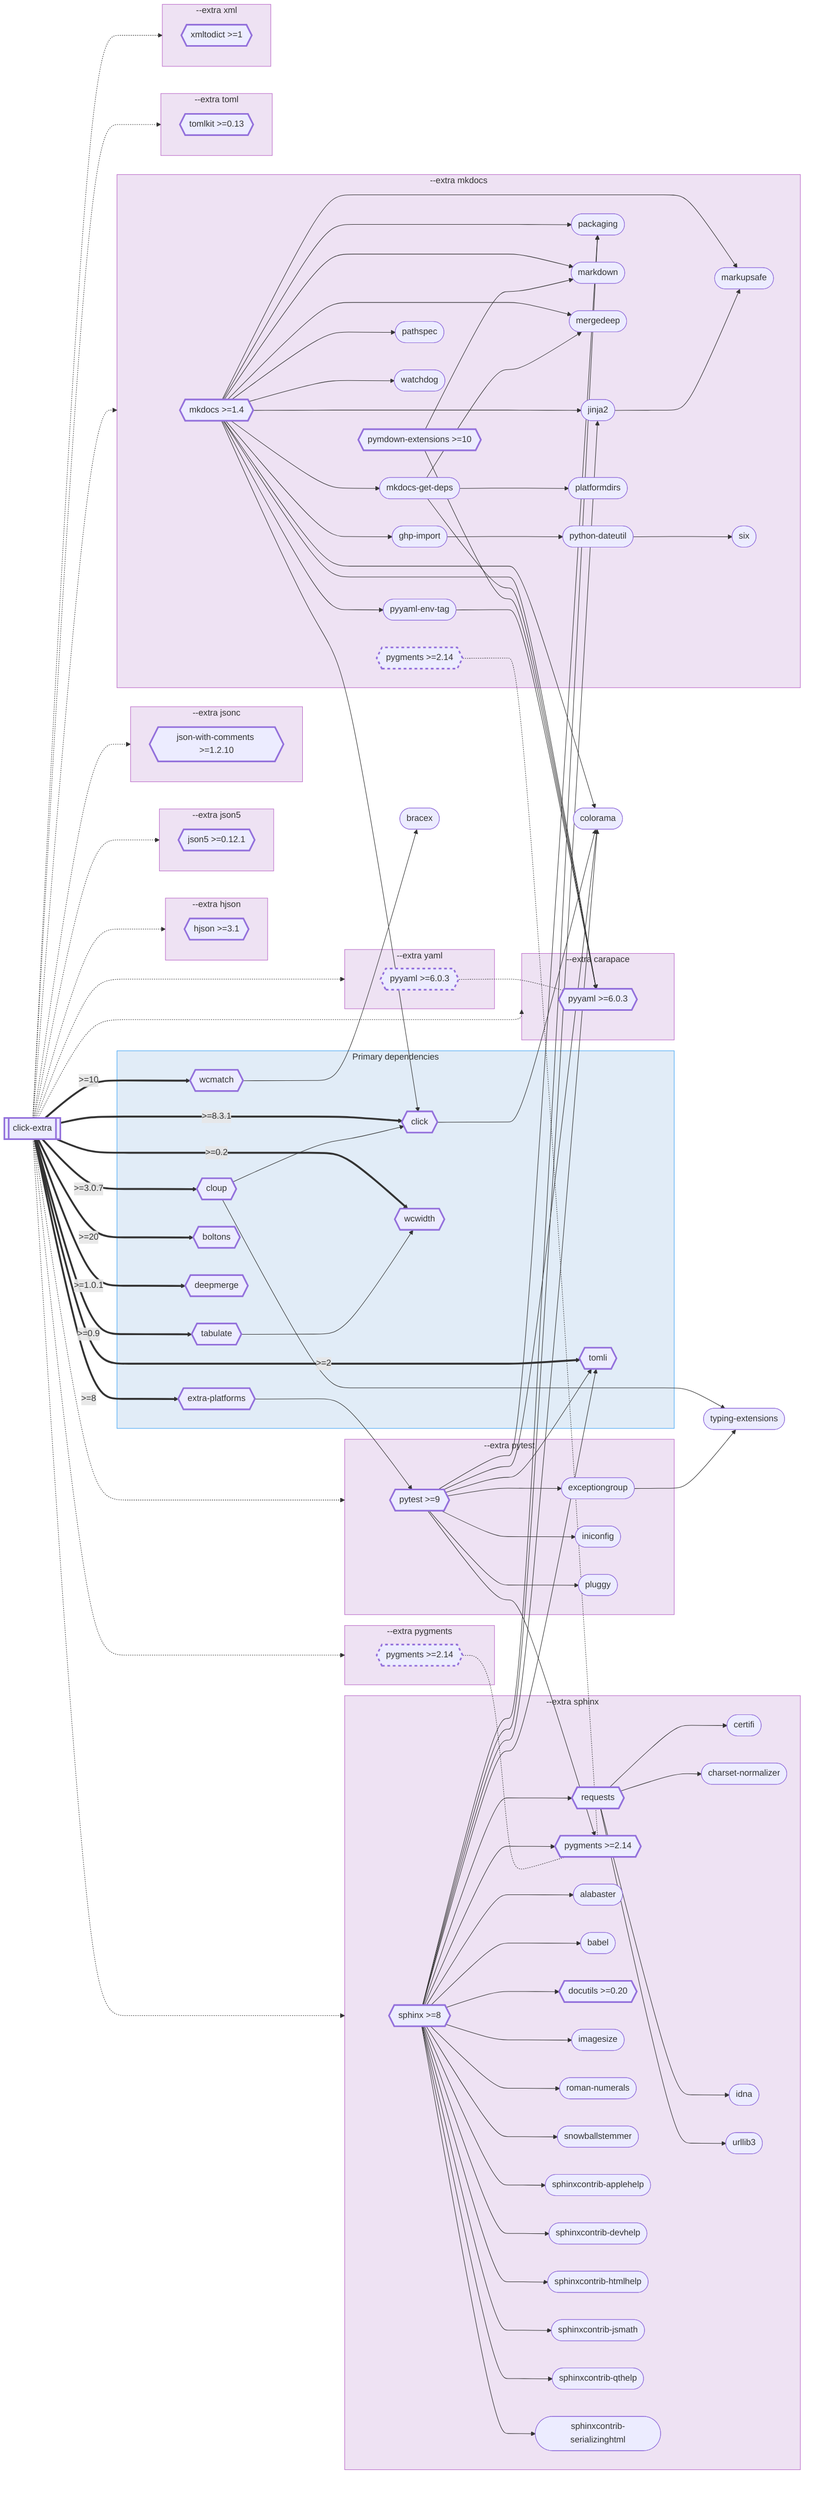
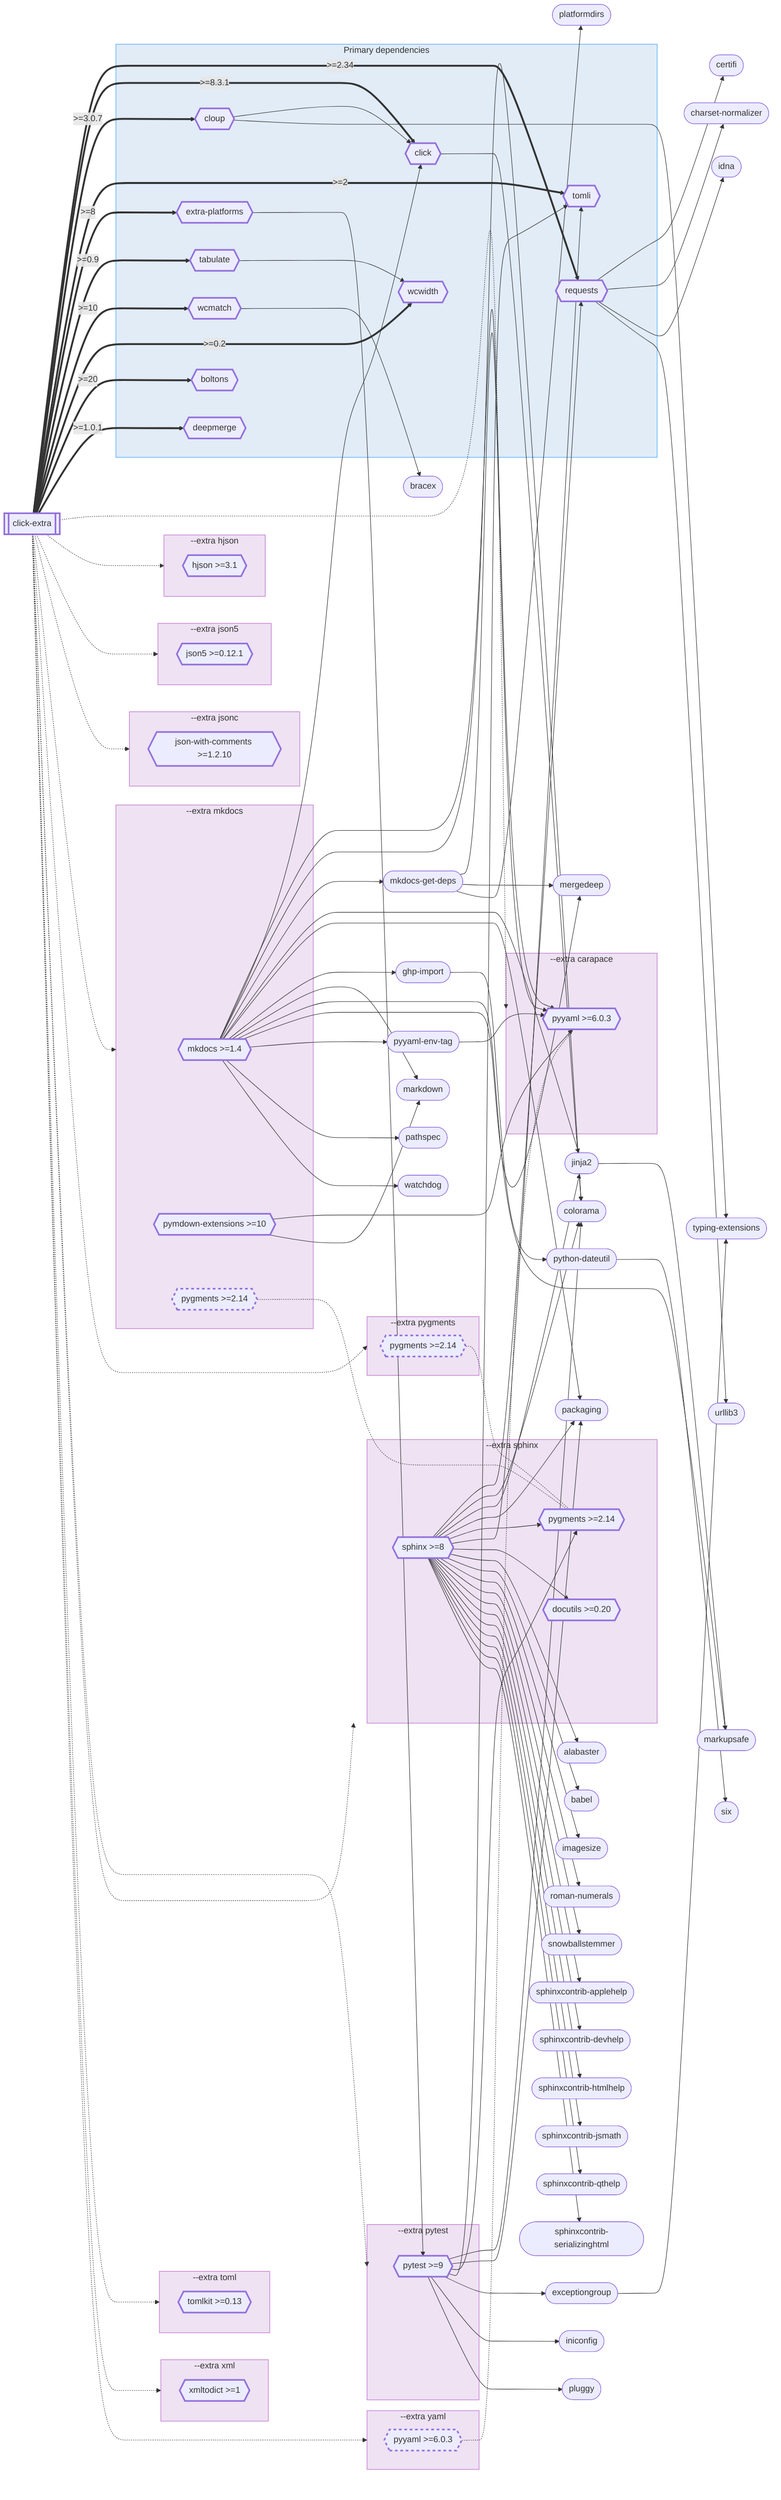
flowchart LR
    click_extra[["`click-extra`"]]

    subgraph primary-deps [Primary dependencies]
        extra_platforms{{"`extra-platforms`"}}
+         requests{{"`requests`"}}
        cloup{{"`cloup`"}}
        click_0{{"`click`"}}
        tabulate{{"`tabulate`"}}
        wcmatch{{"`wcmatch`"}}
        tomli{{"`tomli`"}}
        wcwidth{{"`wcwidth`"}}
        boltons{{"`boltons`"}}
        deepmerge{{"`deepmerge`"}}
    end

    colorama(["`colorama`"])
+     mkdocs_get_deps(["`mkdocs-get-deps`"])
+     jinja2(["`jinja2`"])
+     packaging(["`packaging`"])
+     exceptiongroup(["`exceptiongroup`"])
+     ghp_import(["`ghp-import`"])
+     markdown(["`markdown`"])
+     markupsafe(["`markupsafe`"])
+     mergedeep(["`mergedeep`"])
+     python_dateutil(["`python-dateutil`"])
+     pyyaml_env_tag(["`pyyaml-env-tag`"])
    typing_extensions(["`typing-extensions`"])
+     alabaster(["`alabaster`"])
+     babel(["`babel`"])
    bracex(["`bracex`"])
+     certifi(["`certifi`"])
+     charset_normalizer(["`charset-normalizer`"])
+     idna(["`idna`"])
+     imagesize(["`imagesize`"])
+     iniconfig(["`iniconfig`"])
+     pathspec(["`pathspec`"])
+     platformdirs(["`platformdirs`"])
+     pluggy(["`pluggy`"])
+     roman_numerals(["`roman-numerals`"])
+     six(["`six`"])
+     snowballstemmer(["`snowballstemmer`"])
+     sphinxcontrib_applehelp(["`sphinxcontrib-applehelp`"])
+     sphinxcontrib_devhelp(["`sphinxcontrib-devhelp`"])
+     sphinxcontrib_htmlhelp(["`sphinxcontrib-htmlhelp`"])
+     sphinxcontrib_jsmath(["`sphinxcontrib-jsmath`"])
+     sphinxcontrib_qthelp(["`sphinxcontrib-qthelp`"])
+     sphinxcontrib_serializinghtml(["`sphinxcontrib-serializinghtml`"])
+     urllib3(["`urllib3`"])
+     watchdog(["`watchdog`"])

    subgraph ext_carapace [--extra carapace]
        pyyaml{{"`pyyaml >=6.0.3`"}}
    end

    subgraph ext_hjson [--extra hjson]
        hjson{{"`hjson >=3.1`"}}
    end

    subgraph ext_json5 [--extra json5]
        json5{{"`json5 >=0.12.1`"}}
    end

    subgraph ext_jsonc [--extra jsonc]
        json_with_comments{{"`json-with-comments >=1.2.10`"}}
    end

    subgraph ext_mkdocs [--extra mkdocs]
        mkdocs{{"`mkdocs >=1.4`"}}
-         mkdocs_get_deps(["`mkdocs-get-deps`"])
-         jinja2(["`jinja2`"])
-         packaging(["`packaging`"])
-         ghp_import(["`ghp-import`"])
-         markdown(["`markdown`"])
-         markupsafe(["`markupsafe`"])
-         mergedeep(["`mergedeep`"])
        pymdown_extensions{{"`pymdown-extensions >=10`"}}
-         python_dateutil(["`python-dateutil`"])
-         pyyaml_env_tag(["`pyyaml-env-tag`"])
-         pathspec(["`pathspec`"])
-         platformdirs(["`platformdirs`"])
-         six(["`six`"])
-         watchdog(["`watchdog`"])
        ext_mkdocs_pygments{{"`pygments >=2.14`"}}
    end

    subgraph ext_pygments [--extra pygments]
        ext_pygments_pygments{{"`pygments >=2.14`"}}
    end

    subgraph ext_pytest [--extra pytest]
        pytest{{"`pytest >=9`"}}
-         exceptiongroup(["`exceptiongroup`"])
-         iniconfig(["`iniconfig`"])
-         pluggy(["`pluggy`"])
    end

    subgraph ext_sphinx [--extra sphinx]
        sphinx{{"`sphinx >=8`"}}
-         requests{{"`requests`"}}
        pygments{{"`pygments >=2.14`"}}
-         alabaster(["`alabaster`"])
-         babel(["`babel`"])
-         certifi(["`certifi`"])
-         charset_normalizer(["`charset-normalizer`"])
        docutils{{"`docutils >=0.20`"}}
-         idna(["`idna`"])
-         imagesize(["`imagesize`"])
-         roman_numerals(["`roman-numerals`"])
-         snowballstemmer(["`snowballstemmer`"])
-         sphinxcontrib_applehelp(["`sphinxcontrib-applehelp`"])
-         sphinxcontrib_devhelp(["`sphinxcontrib-devhelp`"])
-         sphinxcontrib_htmlhelp(["`sphinxcontrib-htmlhelp`"])
-         sphinxcontrib_jsmath(["`sphinxcontrib-jsmath`"])
-         sphinxcontrib_qthelp(["`sphinxcontrib-qthelp`"])
-         sphinxcontrib_serializinghtml(["`sphinxcontrib-serializinghtml`"])
-         urllib3(["`urllib3`"])
    end

    subgraph ext_toml [--extra toml]
        tomlkit{{"`tomlkit >=0.13`"}}
    end

    subgraph ext_xml [--extra xml]
        xmltodict{{"`xmltodict >=1`"}}
    end

    subgraph ext_yaml [--extra yaml]
        ext_yaml_pyyaml{{"`pyyaml >=6.0.3`"}}
    end

+     click_extra ==>|" >=2.34 "| requests
    click_extra ==>|" >=8.3.1 "| click_0
    click_extra ==>|" >=3.0.7 "| cloup
    click_extra ==>|" >=2 "| tomli
    click_extra ==>|" >=8 "| extra_platforms
    click_extra ==>|" >=0.9 "| tabulate
    click_extra ==>|" >=10 "| wcmatch
    click_extra ==>|" >=0.2 "| wcwidth
    click_extra ==>|" >=20 "| boltons
    click_extra ==>|" >=1.0.1 "| deepmerge
    sphinx --> requests
    sphinx --> colorama
    sphinx --> jinja2
    sphinx --> packaging
    sphinx --> pygments
    sphinx --> tomli
+     sphinx --> docutils
    sphinx --> alabaster
    sphinx --> babel
-     sphinx --> docutils
    sphinx --> imagesize
    sphinx --> roman_numerals
    sphinx --> snowballstemmer
    sphinx --> sphinxcontrib_applehelp
    sphinx --> sphinxcontrib_devhelp
    sphinx --> sphinxcontrib_htmlhelp
    sphinx --> sphinxcontrib_jsmath
    sphinx --> sphinxcontrib_qthelp
    sphinx --> sphinxcontrib_serializinghtml
-     mkdocs --> mkdocs_get_deps
    mkdocs --> pyyaml
    mkdocs --> click_0
    mkdocs --> colorama
+     mkdocs --> mkdocs_get_deps
    mkdocs --> jinja2
    mkdocs --> packaging
    mkdocs --> ghp_import
    mkdocs --> markdown
    mkdocs --> markupsafe
    mkdocs --> mergedeep
    mkdocs --> pyyaml_env_tag
    mkdocs --> pathspec
    mkdocs --> watchdog
    pytest --> colorama
    pytest --> packaging
-     pytest --> exceptiongroup
    pytest --> pygments
    pytest --> tomli
+     pytest --> exceptiongroup
    pytest --> iniconfig
    pytest --> pluggy
    requests --> certifi
    requests --> charset_normalizer
    requests --> idna
    requests --> urllib3
+     click_0 --> colorama
+     cloup --> click_0
+     cloup --> typing_extensions
+     pymdown_extensions --> pyyaml
+     pymdown_extensions --> markdown
+     extra_platforms --> pytest
+     tabulate --> wcwidth
+     wcmatch --> bracex
    mkdocs_get_deps --> pyyaml
    mkdocs_get_deps --> mergedeep
    mkdocs_get_deps --> platformdirs
-     click_0 --> colorama
    jinja2 --> markupsafe
-     cloup --> click_0
-     cloup --> typing_extensions
    exceptiongroup --> typing_extensions
    ghp_import --> python_dateutil
-     pymdown_extensions --> pyyaml
-     pymdown_extensions --> markdown
+     pyyaml_env_tag --> pyyaml
    python_dateutil --> six
-     pyyaml_env_tag --> pyyaml
-     extra_platforms --> pytest
-     tabulate --> wcwidth
-     wcmatch --> bracex
    click_extra -.-> ext_carapace
    click_extra -.-> ext_hjson
    click_extra -.-> ext_json5
    click_extra -.-> ext_jsonc
    click_extra -.-> ext_mkdocs
    click_extra -.-> ext_pygments
    click_extra -.-> ext_pytest
    click_extra -.-> ext_sphinx
    click_extra -.-> ext_toml
    click_extra -.-> ext_xml
    click_extra -.-> ext_yaml
    ext_mkdocs_pygments -.- pygments
    ext_pygments_pygments -.- pygments
    ext_yaml_pyyaml -.- pyyaml

    click alabaster "https://pypi.org/project/alabaster/" _blank
    click babel "https://pypi.org/project/babel/" _blank
    click boltons "https://pypi.org/project/boltons/" _blank
    click bracex "https://pypi.org/project/bracex/" _blank
    click certifi "https://pypi.org/project/certifi/" _blank
    click charset_normalizer "https://pypi.org/project/charset-normalizer/" _blank
    click click_0 "https://pypi.org/project/click/" _blank
    click click_extra "https://pypi.org/project/click-extra/" _blank
    click cloup "https://pypi.org/project/cloup/" _blank
    click colorama "https://pypi.org/project/colorama/" _blank
    click deepmerge "https://pypi.org/project/deepmerge/" _blank
    click docutils "https://pypi.org/project/docutils/" _blank
    click exceptiongroup "https://pypi.org/project/exceptiongroup/" _blank
    click extra_platforms "https://pypi.org/project/extra-platforms/" _blank
    click ghp_import "https://pypi.org/project/ghp-import/" _blank
    click hjson "https://pypi.org/project/hjson/" _blank
    click idna "https://pypi.org/project/idna/" _blank
    click imagesize "https://pypi.org/project/imagesize/" _blank
    click iniconfig "https://pypi.org/project/iniconfig/" _blank
    click jinja2 "https://pypi.org/project/jinja2/" _blank
    click json_with_comments "https://pypi.org/project/json-with-comments/" _blank
    click json5 "https://pypi.org/project/json5/" _blank
    click markdown "https://pypi.org/project/markdown/" _blank
    click markupsafe "https://pypi.org/project/markupsafe/" _blank
    click mergedeep "https://pypi.org/project/mergedeep/" _blank
    click mkdocs "https://pypi.org/project/mkdocs/" _blank
    click mkdocs_get_deps "https://pypi.org/project/mkdocs-get-deps/" _blank
    click packaging "https://pypi.org/project/packaging/" _blank
    click pathspec "https://pypi.org/project/pathspec/" _blank
    click platformdirs "https://pypi.org/project/platformdirs/" _blank
    click pluggy "https://pypi.org/project/pluggy/" _blank
    click pygments "https://pypi.org/project/pygments/" _blank
    click pymdown_extensions "https://pypi.org/project/pymdown-extensions/" _blank
    click pytest "https://pypi.org/project/pytest/" _blank
    click python_dateutil "https://pypi.org/project/python-dateutil/" _blank
    click pyyaml "https://pypi.org/project/pyyaml/" _blank
    click pyyaml_env_tag "https://pypi.org/project/pyyaml-env-tag/" _blank
    click requests "https://pypi.org/project/requests/" _blank
    click roman_numerals "https://pypi.org/project/roman-numerals/" _blank
    click six "https://pypi.org/project/six/" _blank
    click snowballstemmer "https://pypi.org/project/snowballstemmer/" _blank
    click sphinx "https://pypi.org/project/sphinx/" _blank
    click sphinxcontrib_applehelp "https://pypi.org/project/sphinxcontrib-applehelp/" _blank
    click sphinxcontrib_devhelp "https://pypi.org/project/sphinxcontrib-devhelp/" _blank
    click sphinxcontrib_htmlhelp "https://pypi.org/project/sphinxcontrib-htmlhelp/" _blank
    click sphinxcontrib_jsmath "https://pypi.org/project/sphinxcontrib-jsmath/" _blank
    click sphinxcontrib_qthelp "https://pypi.org/project/sphinxcontrib-qthelp/" _blank
    click sphinxcontrib_serializinghtml "https://pypi.org/project/sphinxcontrib-serializinghtml/" _blank
    click tabulate "https://pypi.org/project/tabulate/" _blank
    click tomli "https://pypi.org/project/tomli/" _blank
    click tomlkit "https://pypi.org/project/tomlkit/" _blank
    click typing_extensions "https://pypi.org/project/typing-extensions/" _blank
    click urllib3 "https://pypi.org/project/urllib3/" _blank
    click watchdog "https://pypi.org/project/watchdog/" _blank
    click wcmatch "https://pypi.org/project/wcmatch/" _blank
    click wcwidth "https://pypi.org/project/wcwidth/" _blank
    click xmltodict "https://pypi.org/project/xmltodict/" _blank
    click ext_mkdocs_pygments "https://pypi.org/project/pygments/" _blank
    click ext_pygments_pygments "https://pypi.org/project/pygments/" _blank
    click ext_yaml_pyyaml "https://pypi.org/project/pyyaml/" _blank

    style click_extra stroke-width:3px
    style boltons stroke-width:3px
    style click_0 stroke-width:3px
-     style click_extra stroke-width:3px
    style cloup stroke-width:3px
    style deepmerge stroke-width:3px
    style docutils stroke-width:3px
    style extra_platforms stroke-width:3px
    style hjson stroke-width:3px
    style json_with_comments stroke-width:3px
    style json5 stroke-width:3px
    style mkdocs stroke-width:3px
    style pygments stroke-width:3px
    style pymdown_extensions stroke-width:3px
    style pytest stroke-width:3px
    style pyyaml stroke-width:3px
    style requests stroke-width:3px
    style sphinx stroke-width:3px
    style tabulate stroke-width:3px
    style tomli stroke-width:3px
    style tomlkit stroke-width:3px
    style wcmatch stroke-width:3px
    style wcwidth stroke-width:3px
    style xmltodict stroke-width:3px
    style ext_mkdocs_pygments stroke-width:3px,stroke-dasharray:5 5
    style ext_pygments_pygments stroke-width:3px,stroke-dasharray:5 5
    style ext_yaml_pyyaml stroke-width:3px,stroke-dasharray:5 5

    style primary-deps fill:#1565C020,stroke:#42A5F5
    style ext_carapace fill:#7B1FA220,stroke:#BA68C8
    style ext_hjson fill:#7B1FA220,stroke:#BA68C8
    style ext_json5 fill:#7B1FA220,stroke:#BA68C8
    style ext_jsonc fill:#7B1FA220,stroke:#BA68C8
    style ext_mkdocs fill:#7B1FA220,stroke:#BA68C8
    style ext_pygments fill:#7B1FA220,stroke:#BA68C8
    style ext_pytest fill:#7B1FA220,stroke:#BA68C8
    style ext_sphinx fill:#7B1FA220,stroke:#BA68C8
    style ext_toml fill:#7B1FA220,stroke:#BA68C8
    style ext_xml fill:#7B1FA220,stroke:#BA68C8
    style ext_yaml fill:#7B1FA220,stroke:#BA68C8
